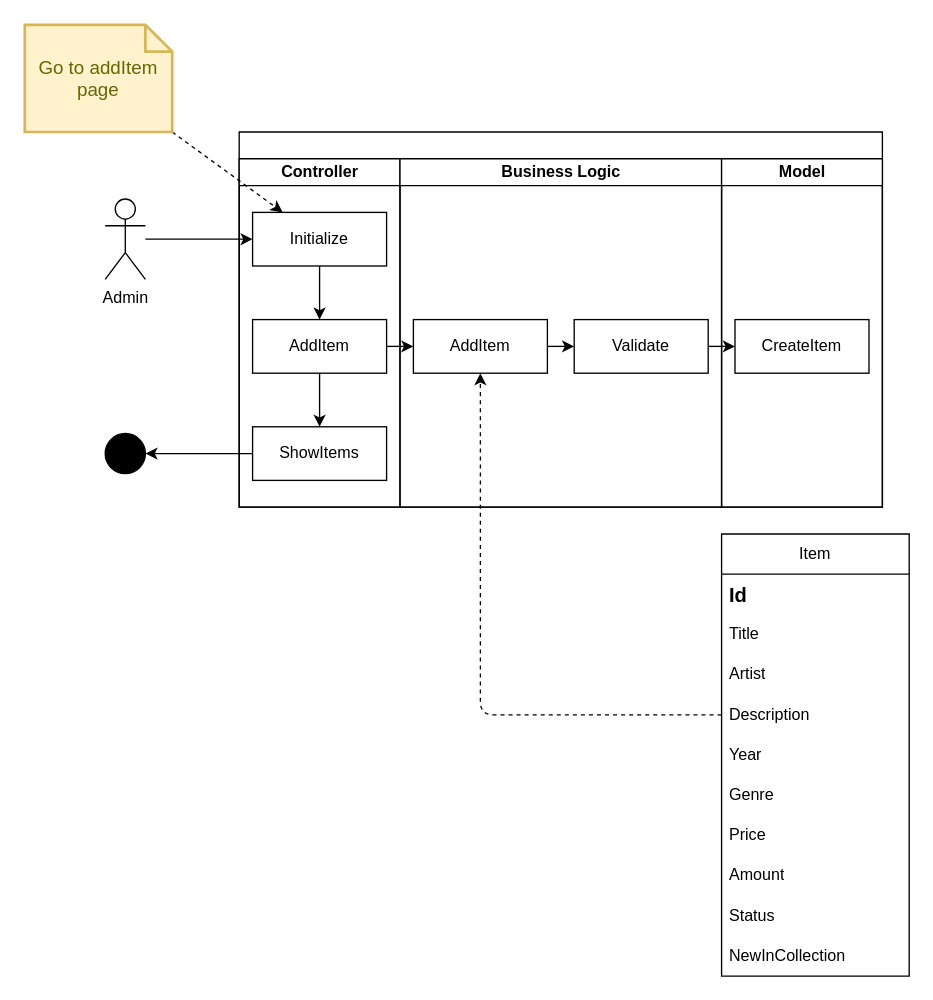
Before: diagrams/ASD/AddItem.drawio in JochemGrootherder/educom-webshop-runtime-records, a draw.io diagram. Source tidied: cells renumbered, new cells numbered last; positions are measured from the earlier drawing's top-left corner, leaving out a move shared by most shapes. Both pictures are drawn from the tidied source at 134%, with x=0, y=0 at pixel (24, 24).
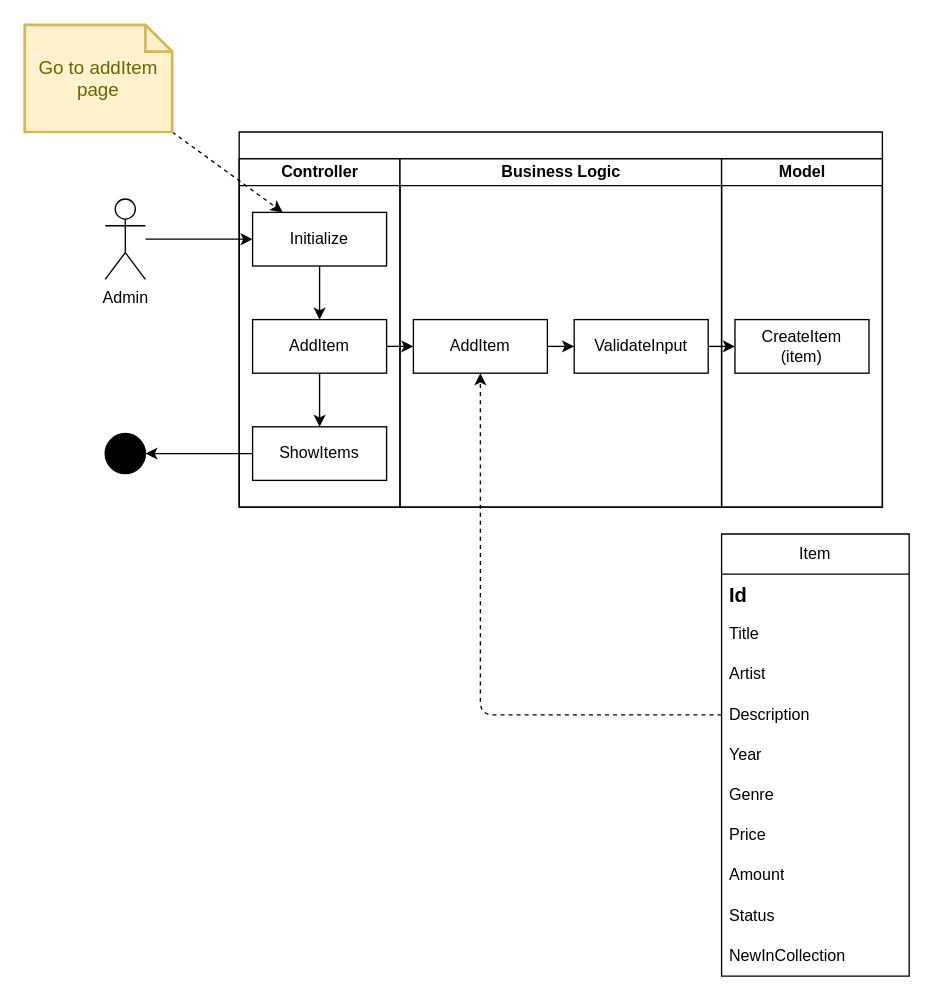
The same diagram, later.

Unchanged cells that the change refers to:
```xml
<mxCell id="9" value="Business Logic" style="swimlane;startSize=20;html=1;" parent="2" vertex="1">
  <mxGeometry x="120" y="20" width="240" height="260" as="geometry" />
</mxCell>
<mxCell id="13" value="Model" style="swimlane;startSize=20;html=1;" parent="2" vertex="1">
  <mxGeometry x="360" y="20" width="120" height="260" as="geometry" />
</mxCell>
```

Change to the diagram source:
```diff
@@
-    <mxCell id="11" value="Validate" style="rounded=0;whiteSpace=wrap;html=1;" parent="9" vertex="1">
+    <mxCell id="11" value="ValidateInput" style="rounded=0;whiteSpace=wrap;html=1;" parent="9" vertex="1">
       <mxGeometry x="130" y="120" width="100" height="40" as="geometry" />
     </mxCell>
@@
-    <mxCell id="14" value="CreateItem" style="rounded=0;whiteSpace=wrap;html=1;" parent="13" vertex="1">
+    <mxCell id="14" value="CreateItem&lt;br&gt;(item)" style="rounded=0;whiteSpace=wrap;html=1;" parent="13" vertex="1">
       <mxGeometry x="10" y="120" width="100" height="40" as="geometry" />
     </mxCell>
```
